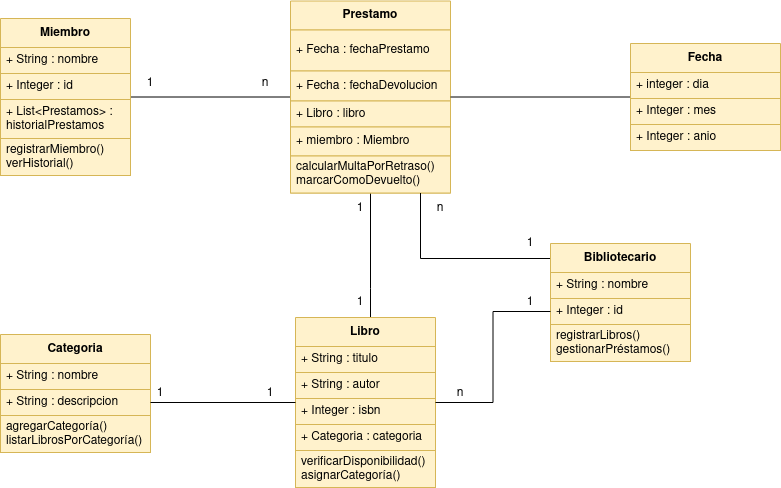
Before: Sistema de Gestión de Bibliotecas.png, a diagram exported from draw.io (alejandrosalazargonzalez/asociacion). Source tidied: cells renumbered, new cells last; positions are measured from the earlier drawing's top-left corner, leaving out a move shared by most shapes.
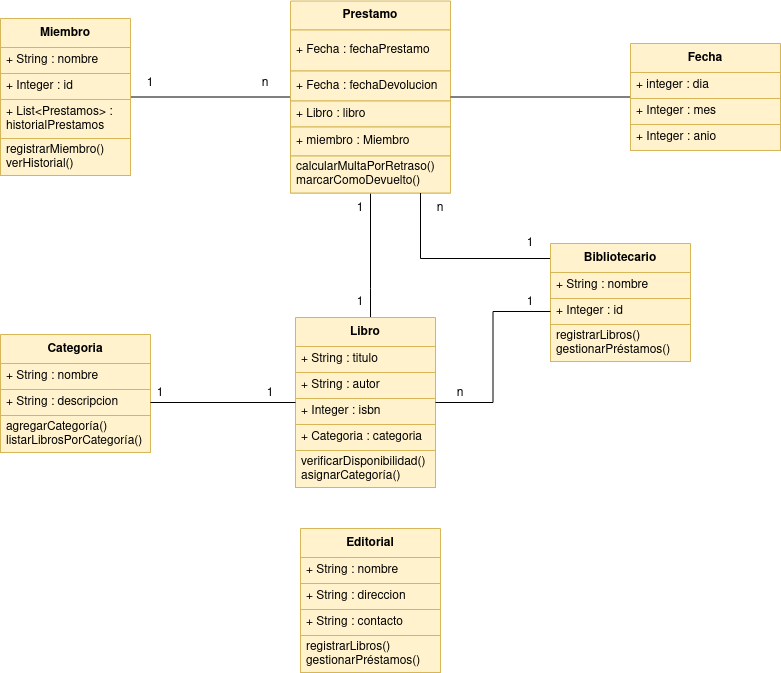
The same diagram one commit later.

What changed in the source:
```diff
@@ -146,5 +146,20 @@
     <mxCell id="46" value="1" style="text;html=1;align=center;verticalAlign=middle;whiteSpace=wrap;rounded=0;" parent="1" vertex="1">
       <mxGeometry x="130" y="378" width="60" height="30" as="geometry" />
     </mxCell>
+    <mxCell id="47" value="Editorial" style="swimlane;fontStyle=1;align=center;verticalAlign=middle;horizontal=1;startSize=29;html=1;whiteSpace=wrap;fillColor=#fff2cc;strokeColor=#d6b656;" parent="1" vertex="1">
+      <mxGeometry x="300" y="528" width="140" height="144" as="geometry" />
+    </mxCell>
+    <mxCell id="48" value="+ String : nombre" style="text;strokeColor=#d6b656;fillColor=#fff2cc;align=left;verticalAlign=middle;spacingLeft=4;spacingRight=4;overflow=hidden;whiteSpace=wrap;html=1;" parent="47" vertex="1">
+      <mxGeometry y="29" width="140" height="26" as="geometry" />
+    </mxCell>
+    <mxCell id="49" value="+ String : direccion " style="text;strokeColor=#d6b656;fillColor=#fff2cc;align=left;verticalAlign=middle;spacingLeft=4;spacingRight=4;overflow=hidden;whiteSpace=wrap;html=1;" parent="47" vertex="1">
+      <mxGeometry y="55" width="140" height="26" as="geometry" />
+    </mxCell>
+    <mxCell id="50" value="+ String : contacto " style="text;strokeColor=#d6b656;fillColor=#fff2cc;align=left;verticalAlign=middle;spacingLeft=4;spacingRight=4;overflow=hidden;whiteSpace=wrap;html=1;" parent="47" vertex="1">
+      <mxGeometry y="81" width="140" height="26" as="geometry" />
+    </mxCell>
+    <mxCell id="51" value="&lt;div&gt;registrarLibros()&lt;/div&gt;&lt;div&gt;gestionarPréstamos()&lt;br&gt;&lt;/div&gt;" style="text;strokeColor=#d6b656;fillColor=#fff2cc;align=left;verticalAlign=middle;spacingLeft=4;spacingRight=4;overflow=hidden;whiteSpace=wrap;html=1;" parent="47" vertex="1">
+      <mxGeometry y="107" width="140" height="37" as="geometry" />
+    </mxCell>
   </root>
 </mxGraphModel>
```
